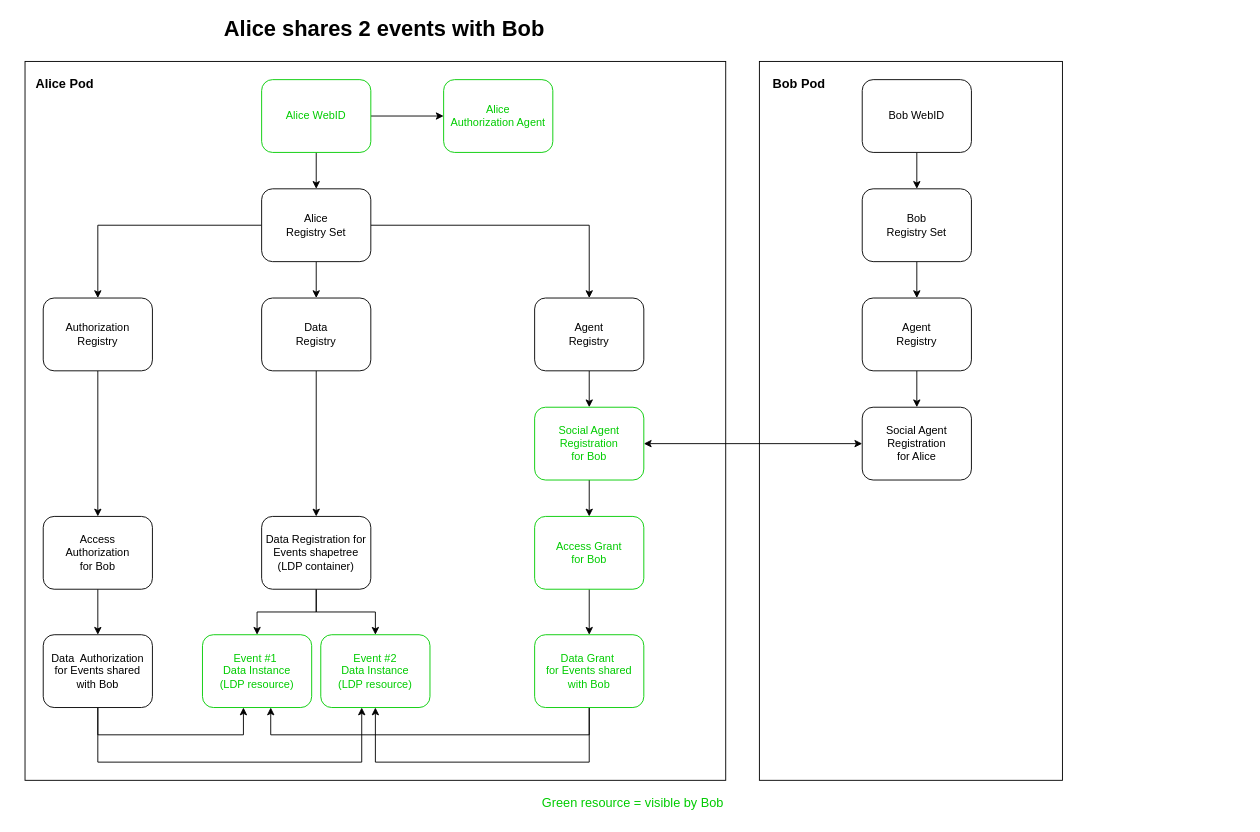
Earlier version of the draw.io diagram sai-app-registration.drawio (activitypods/user-flows). Source tidied: cells renumbered, new cells numbered last; positions are measured from the earlier drawing's top-left corner, leaving out a move shared by most shapes. Both pictures are drawn from the tidied source at 91%, with x=0, y=0 at pixel (15, 15).
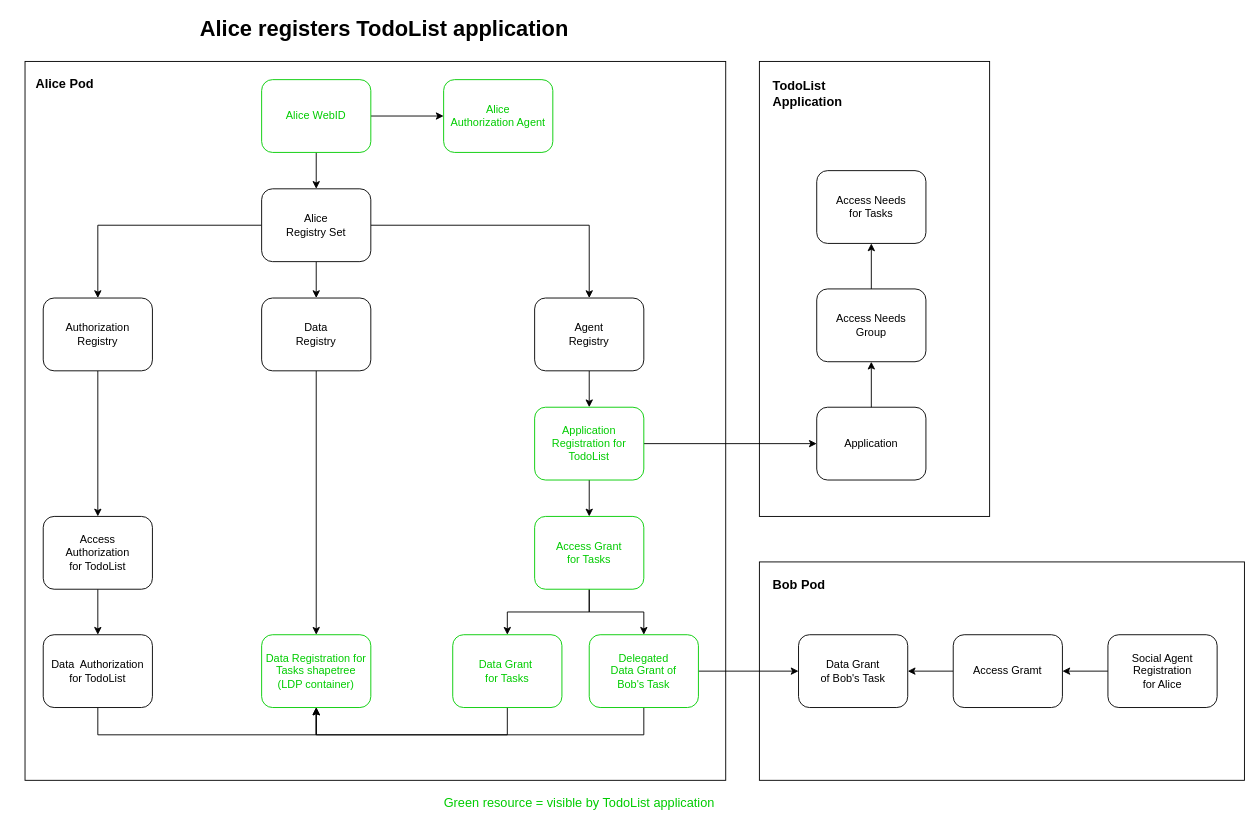
Above is the later version.

Commit message:
Mettre à jour sai-app-registration.drawio

What changed in the source:
```diff
@@
     <mxCell id="2" style="rounded=0;whiteSpace=wrap;html=1;" parent="1" vertex="1">
-      <mxGeometry x="817" y="50" width="333" height="790" as="geometry" />
+      <mxGeometry x="817" y="50" width="253" height="500" as="geometry" />
     </mxCell>
@@
-    <mxCell id="14" style="edgeStyle=orthogonalEdgeStyle;rounded=0;jettySize=auto;html=1;" parent="1" edge="1" source="16" target="30">
-      <mxGeometry relative="1" as="geometry" />
-    </mxCell>
-    <mxCell id="15" style="edgeStyle=orthogonalEdgeStyle;rounded=0;jettySize=auto;html=1;" parent="1" edge="1" source="16" target="29">
-      <mxGeometry relative="1" as="geometry" />
-    </mxCell>
+    <mxCell id="47" style="edgeStyle=orthogonalEdgeStyle;rounded=0;jettySize=auto;html=1;exitX=0.5;exitY=1;exitDx=0;exitDy=0;" parent="1" edge="1" source="23" target="16">
+      <mxGeometry relative="1" as="geometry">
+        <Array as="points">
+          <mxPoint x="540" y="790" />
+          <mxPoint x="330" y="790" />
+        </Array>
+      </mxGeometry>
+    </mxCell>
-    <mxCell id="16" value="Data Registration for Events shapetree&lt;br&gt;(LDP container)" style="rounded=1;whiteSpace=wrap;html=1;" parent="1" vertex="1">
-      <mxGeometry x="270" y="550" width="120" height="80" as="geometry" />
+    <mxCell id="16" value="Data Registration for Tasks shapetree&lt;br&gt;(LDP container)" style="rounded=1;whiteSpace=wrap;html=1;strokeColor=light-dark(#00cc00, #ededed);fontColor=light-dark(#00cc00, #ededed);" parent="1" vertex="1">
+      <mxGeometry x="270" y="680" width="120" height="80" as="geometry" />
     </mxCell>
@@
+    <mxCell id="46" style="edgeStyle=orthogonalEdgeStyle;rounded=0;jettySize=auto;html=1;exitX=1;exitY=0.5;exitDx=0;exitDy=0;" parent="1" edge="1" source="18" target="38">
+      <mxGeometry relative="1" as="geometry" />
+    </mxCell>
-    <mxCell id="18" value="Social Agent Registration&lt;br&gt;for Bob" style="rounded=1;whiteSpace=wrap;html=1;strokeColor=#00CC00;fontColor=#00CC00;" parent="1" vertex="1">
+    <mxCell id="18" value="Application Registration for TodoList" style="rounded=1;whiteSpace=wrap;html=1;strokeColor=#00CC00;fontColor=#00CC00;" parent="1" vertex="1">
       <mxGeometry x="570" y="430" width="120" height="80" as="geometry" />
     </mxCell>
@@
+    <mxCell id="48" style="edgeStyle=orthogonalEdgeStyle;rounded=0;jettySize=auto;html=1;" parent="1" edge="1" source="20" target="57">
+      <mxGeometry relative="1" as="geometry" />
+    </mxCell>
-    <mxCell id="20" value="Access Grant&lt;br&gt;for Bob" style="rounded=1;whiteSpace=wrap;html=1;strokeColor=#00CC00;fontColor=#00CC00;" parent="1" vertex="1">
+    <mxCell id="20" value="Access Grant&lt;br&gt;for Tasks" style="rounded=1;whiteSpace=wrap;html=1;strokeColor=#00CC00;fontColor=#00CC00;" parent="1" vertex="1">
       <mxGeometry x="570" y="550" width="120" height="80" as="geometry" />
     </mxCell>
-    <mxCell id="21" style="edgeStyle=orthogonalEdgeStyle;rounded=0;jettySize=auto;html=1;" parent="1" edge="1" source="23" target="29">
-      <mxGeometry relative="1" as="geometry">
-        <Array as="points">
-          <mxPoint x="630" y="790" />
-          <mxPoint x="280" y="790" />
-        </Array>
-      </mxGeometry>
-    </mxCell>
-    <mxCell id="22" style="edgeStyle=orthogonalEdgeStyle;rounded=0;jettySize=auto;html=1;" parent="1" edge="1" source="23" target="30">
-      <mxGeometry relative="1" as="geometry">
-        <Array as="points">
-          <mxPoint x="630" y="820" />
-          <mxPoint x="395" y="820" />
-        </Array>
-      </mxGeometry>
-    </mxCell>
-    <mxCell id="23" value="Data Grant&amp;nbsp;&lt;br&gt;for Events shared with Bob" style="rounded=1;whiteSpace=wrap;html=1;strokeColor=#00CC00;fontColor=#00CC00;" parent="1" vertex="1">
-      <mxGeometry x="570" y="680" width="120" height="80" as="geometry" />
+    <mxCell id="23" value="Data Grant&amp;nbsp;&lt;br&gt;for Tasks" style="rounded=1;whiteSpace=wrap;html=1;strokeColor=#00CC00;fontColor=#00CC00;" parent="1" vertex="1">
+      <mxGeometry x="480" y="680" width="120" height="80" as="geometry" />
     </mxCell>
@@
-    <mxCell id="25" value="Access&lt;br&gt;Authorization&lt;br&gt;for Bob" style="rounded=1;whiteSpace=wrap;html=1;" parent="1" vertex="1">
+    <mxCell id="25" value="Access&lt;br&gt;Authorization&lt;br&gt;for TodoList" style="rounded=1;whiteSpace=wrap;html=1;" parent="1" vertex="1">
       <mxGeometry x="30" y="550" width="120" height="80" as="geometry" />
     </mxCell>
-    <mxCell id="26" style="edgeStyle=orthogonalEdgeStyle;rounded=0;jettySize=auto;html=1;" parent="1" edge="1" source="28" target="29">
+    <mxCell id="26" style="edgeStyle=orthogonalEdgeStyle;rounded=0;jettySize=auto;html=1;entryX=0.5;entryY=1;entryDx=0;entryDy=0;" parent="1" edge="1" source="28" target="16">
       <mxGeometry relative="1" as="geometry">
         <Array as="points">
           <mxPoint x="90" y="790" />
-          <mxPoint x="250" y="790" />
+          <mxPoint x="330" y="790" />
         </Array>
       </mxGeometry>
     </mxCell>
-    <mxCell id="27" style="edgeStyle=orthogonalEdgeStyle;rounded=0;jettySize=auto;html=1;" parent="1" edge="1" source="28" target="30">
-      <mxGeometry relative="1" as="geometry">
-        <Array as="points">
-          <mxPoint x="90" y="820" />
-          <mxPoint x="380" y="820" />
-        </Array>
-      </mxGeometry>
-    </mxCell>
-    <mxCell id="28" value="Data&amp;nbsp; Authorization for Events shared with Bob" style="rounded=1;whiteSpace=wrap;html=1;" parent="1" vertex="1">
+    <mxCell id="28" value="Data&amp;nbsp; Authorization for TodoList" style="rounded=1;whiteSpace=wrap;html=1;" parent="1" vertex="1">
       <mxGeometry x="30" y="680" width="120" height="80" as="geometry" />
     </mxCell>
-    <mxCell id="29" value="Event #1&amp;nbsp;&lt;br&gt;Data Instance&lt;br&gt;(LDP resource)" style="rounded=1;whiteSpace=wrap;html=1;strokeColor=#00CC00;fontColor=#00CC00;" parent="1" vertex="1">
-      <mxGeometry x="205" y="680" width="120" height="80" as="geometry" />
-    </mxCell>
-    <mxCell id="30" value="Event #2&lt;br&gt;Data Instance&lt;br&gt;(LDP resource)" style="rounded=1;whiteSpace=wrap;html=1;strokeColor=#00CC00;fontColor=#00CC00;" parent="1" vertex="1">
-      <mxGeometry x="335" y="680" width="120" height="80" as="geometry" />
-    </mxCell>
-    <mxCell id="31" value="Alice shares 2 events with Bob" style="text;html=1;align=center;verticalAlign=middle;whiteSpace=wrap;rounded=0;fontSize=24;fontStyle=1;" parent="1" vertex="1">
+    <mxCell id="31" value="Alice registers TodoList application" style="text;html=1;align=center;verticalAlign=middle;whiteSpace=wrap;rounded=0;fontSize=24;fontStyle=1;" parent="1" vertex="1">
       <mxGeometry width="810" height="30" as="geometry" />
     </mxCell>
@@
-    <mxCell id="37" value="Green resource = visible by Bob" style="text;html=1;align=right;verticalAlign=middle;whiteSpace=wrap;rounded=0;fontColor=#00CC00;fontSize=14;" parent="1" vertex="1">
-      <mxGeometry x="520" y="850" width="260" height="30" as="geometry" />
+    <mxCell id="37" value="Green resource = visible by TodoList application" style="text;html=1;align=right;verticalAlign=middle;whiteSpace=wrap;rounded=0;fontColor=#00CC00;fontSize=14;" parent="1" vertex="1">
+      <mxGeometry x="440" y="850" width="330" height="30" as="geometry" />
     </mxCell>
-    <mxCell id="38" value="Social Agent Registration&lt;br&gt;for Alice" style="rounded=1;whiteSpace=wrap;html=1;" parent="1" vertex="1">
-      <mxGeometry x="930" y="430" width="120" height="80" as="geometry" />
+    <mxCell id="38" value="Application" style="rounded=1;whiteSpace=wrap;html=1;" parent="1" vertex="1">
+      <mxGeometry x="880" y="430" width="120" height="80" as="geometry" />
     </mxCell>
-    <mxCell id="39" style="edgeStyle=orthogonalEdgeStyle;rounded=0;jettySize=auto;html=1;" parent="1" edge="1" source="40" target="38">
-      <mxGeometry relative="1" as="geometry" />
-    </mxCell>
-    <mxCell id="40" value="Agent&lt;br&gt;Registry" style="rounded=1;whiteSpace=wrap;html=1;" parent="1" vertex="1">
-      <mxGeometry x="930" y="310" width="120" height="80" as="geometry" />
-    </mxCell>
-    <mxCell id="41" style="edgeStyle=orthogonalEdgeStyle;rounded=0;jettySize=auto;html=1;" parent="1" edge="1" source="42" target="40">
-      <mxGeometry relative="1" as="geometry" />
-    </mxCell>
-    <mxCell id="42" value="Bob&lt;br&gt;Registry Set" style="rounded=1;whiteSpace=wrap;html=1;" parent="1" vertex="1">
-      <mxGeometry x="930" y="190" width="120" height="80" as="geometry" />
-    </mxCell>
-    <mxCell id="43" style="edgeStyle=orthogonalEdgeStyle;rounded=0;jettySize=auto;html=1;" parent="1" edge="1" source="44" target="42">
-      <mxGeometry relative="1" as="geometry" />
-    </mxCell>
-    <mxCell id="44" value="Bob WebID" style="rounded=1;whiteSpace=wrap;html=1;" parent="1" vertex="1">
-      <mxGeometry x="930" y="70" width="120" height="80" as="geometry" />
-    </mxCell>
-    <mxCell id="45" value="Bob Pod" style="text;html=1;align=left;verticalAlign=middle;whiteSpace=wrap;rounded=0;fontStyle=1;fontSize=14;" parent="1" vertex="1">
-      <mxGeometry x="830" y="60" width="90" height="30" as="geometry" />
+    <mxCell id="45" value="TodoList&lt;br&gt;Application" style="text;html=1;align=left;verticalAlign=middle;whiteSpace=wrap;rounded=0;fontStyle=1;fontSize=14;" parent="1" vertex="1">
+      <mxGeometry x="830" y="70" width="90" height="30" as="geometry" />
     </mxCell>
-    <mxCell id="46" style="endArrow=classic;startArrow=classic;html=1;rounded=0;exitX=1;exitY=0.5;exitDx=0;exitDy=0;" parent="1" edge="1" source="18" target="38">
-      <mxGeometry relative="1" as="geometry" />
-    </mxCell>
+    <mxCell id="49" style="edgeStyle=orthogonalEdgeStyle;rounded=0;jettySize=auto;html=1;" parent="1" edge="1" source="38" target="50">
+      <mxGeometry relative="1" as="geometry" />
+    </mxCell>
+    <mxCell id="50" value="Access Needs&lt;br&gt;Group" style="rounded=1;whiteSpace=wrap;html=1;" parent="1" vertex="1">
+      <mxGeometry x="880" y="300" width="120" height="80" as="geometry" />
+    </mxCell>
+    <mxCell id="51" style="edgeStyle=orthogonalEdgeStyle;rounded=0;jettySize=auto;html=1;exitX=0.5;exitY=0;exitDx=0;exitDy=0;" parent="1" edge="1" source="50" target="52">
+      <mxGeometry relative="1" as="geometry" />
+    </mxCell>
+    <mxCell id="52" value="Access Needs&lt;br&gt;for Tasks" style="rounded=1;whiteSpace=wrap;html=1;" parent="1" vertex="1">
+      <mxGeometry x="880" y="170" width="120" height="80" as="geometry" />
+    </mxCell>
+    <mxCell id="53" style="rounded=0;whiteSpace=wrap;html=1;" parent="1" vertex="1">
+      <mxGeometry x="817" y="600" width="533" height="240" as="geometry" />
+    </mxCell>
+    <mxCell id="54" value="Bob Pod" style="text;html=1;align=left;verticalAlign=middle;whiteSpace=wrap;rounded=0;fontStyle=1;fontSize=14;" parent="1" vertex="1">
+      <mxGeometry x="830" y="610" width="90" height="30" as="geometry" />
+    </mxCell>
+    <mxCell id="55" style="edgeStyle=orthogonalEdgeStyle;rounded=0;jettySize=auto;html=1;" parent="1" edge="1" source="57" target="16">
+      <mxGeometry relative="1" as="geometry">
+        <Array as="points">
+          <mxPoint x="690" y="790" />
+          <mxPoint x="330" y="790" />
+        </Array>
+      </mxGeometry>
+    </mxCell>
+    <mxCell id="56" style="edgeStyle=orthogonalEdgeStyle;rounded=0;jettySize=auto;html=1;" parent="1" edge="1" source="57" target="58">
+      <mxGeometry relative="1" as="geometry" />
+    </mxCell>
+    <mxCell id="57" value="Delegated &lt;br&gt;Data Grant of&lt;br&gt;Bob's Task" style="rounded=1;whiteSpace=wrap;html=1;strokeColor=#00CC00;fontColor=#00CC00;" parent="1" vertex="1">
+      <mxGeometry x="630" y="680" width="120" height="80" as="geometry" />
+    </mxCell>
+    <mxCell id="58" value="Data Grant&lt;br&gt;of Bob's Task" style="rounded=1;whiteSpace=wrap;html=1;" parent="1" vertex="1">
+      <mxGeometry x="860" y="680" width="120" height="80" as="geometry" />
+    </mxCell>
+    <mxCell id="59" style="edgeStyle=orthogonalEdgeStyle;rounded=0;jettySize=auto;html=1;" parent="1" edge="1" source="60" target="62">
+      <mxGeometry relative="1" as="geometry" />
+    </mxCell>
+    <mxCell id="60" value="Social Agent &lt;br&gt;Registration&lt;br&gt;for Alice" style="rounded=1;whiteSpace=wrap;html=1;" parent="1" vertex="1">
+      <mxGeometry x="1200" y="680" width="120" height="80" as="geometry" />
+    </mxCell>
+    <mxCell id="61" style="edgeStyle=orthogonalEdgeStyle;rounded=0;jettySize=auto;html=1;" parent="1" edge="1" source="62" target="58">
+      <mxGeometry relative="1" as="geometry" />
+    </mxCell>
+    <mxCell id="62" value="Access Gramt" style="rounded=1;whiteSpace=wrap;html=1;" parent="1" vertex="1">
+      <mxGeometry x="1030" y="680" width="120" height="80" as="geometry" />
+    </mxCell>
```
